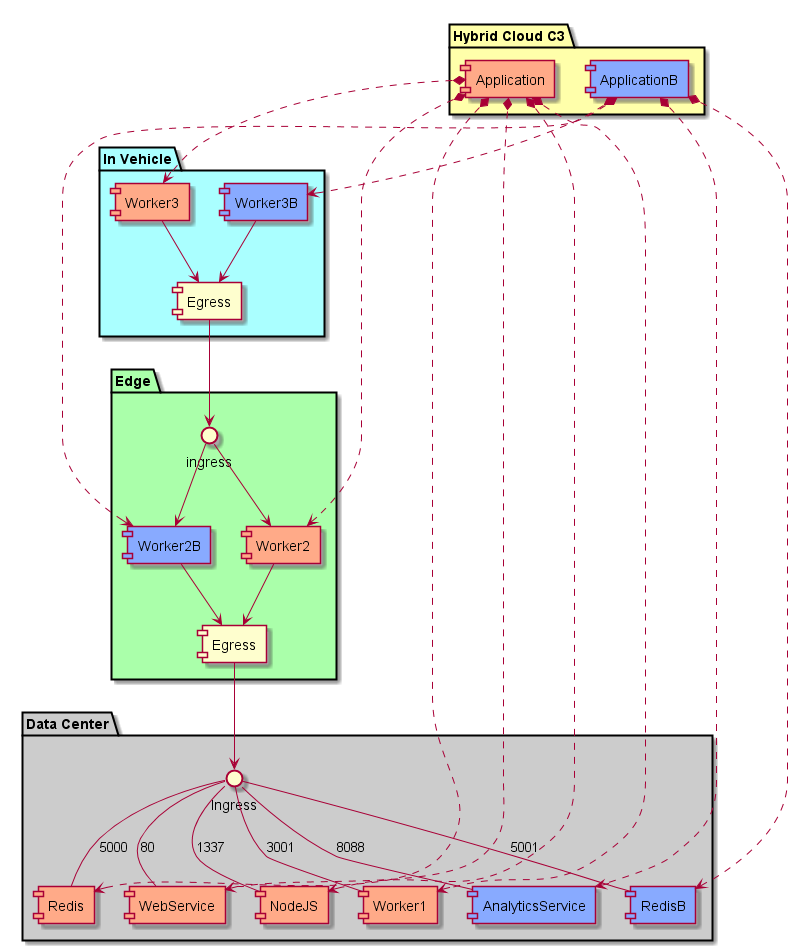
Before: docs/UseCases/Manage-Applications/Multiple Complex Application.png, a diagram exported from PlantUML (CAADE/ADC).
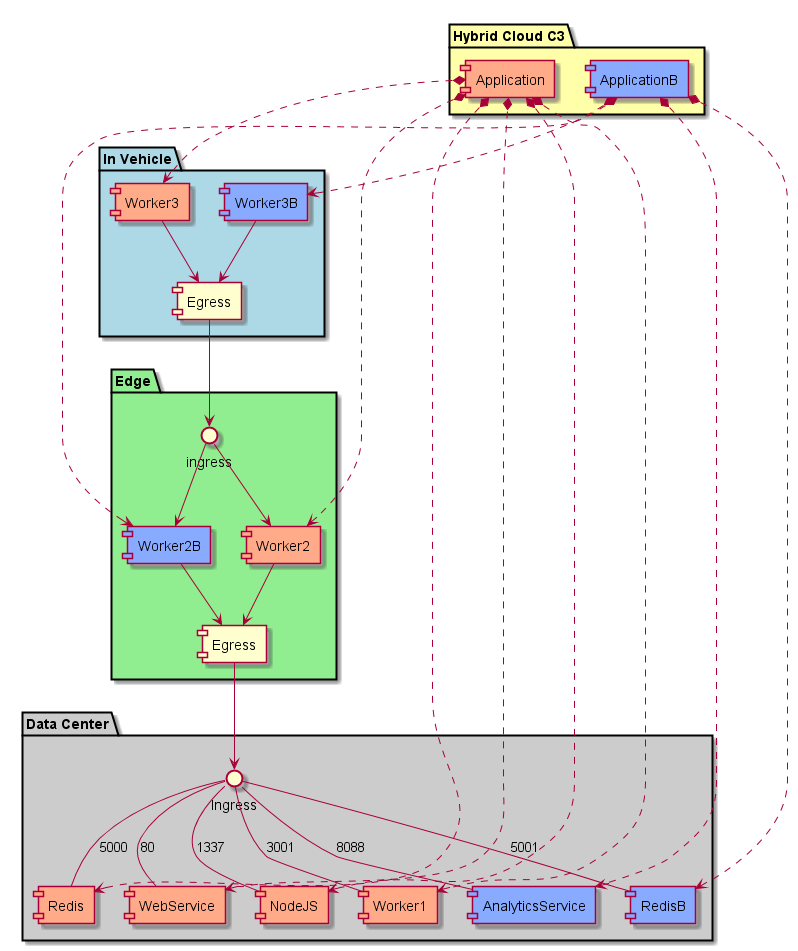
Above is the later version.

Diff of the diagram source:
```diff
@@ -5,14 +5,14 @@
   component Application #ffaa88
   component ApplicationB #88aaff
 }
-package "In Vehicle" #aaffff {
+package "In Vehicle" #lightblue {
   component Egress as IVE
   component Worker3 #ffaa88
   component Worker3B #88aaff
   Worker3 --> IVE
   Worker3B --> IVE
 }
-package "Edge" #aaffaa {
+package "Edge" #lightgreen {
   interface ingress as EVI
   component Worker2 #ffaa88
   component Worker2B #88aaff
```
